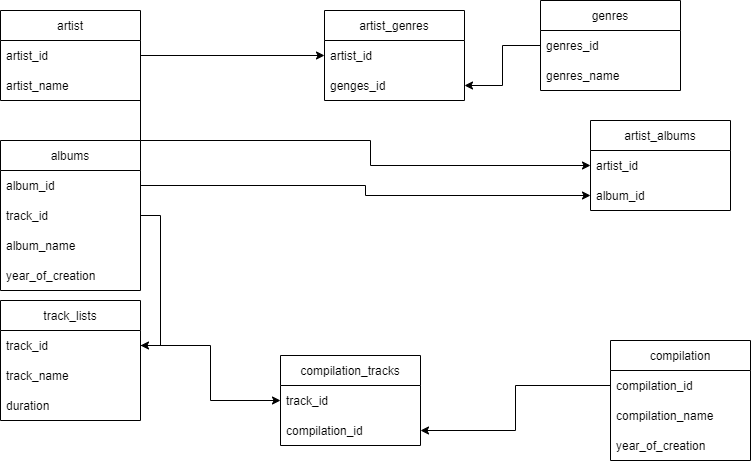
This is sql_task_2.drawio.png from splaiser/SQL_creation_db, a draw.io export, as it was before one commit. Source tidied: cells renumbered, new cells last; positions are measured from the earlier drawing's top-left corner, leaving out a move shared by most shapes.
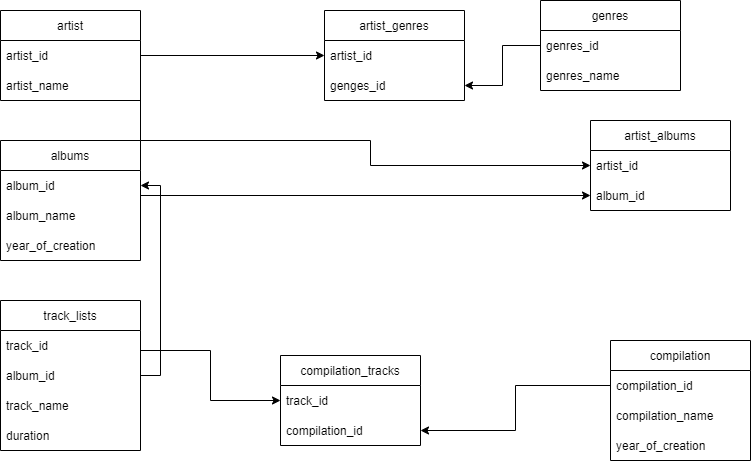
Above is the later version.

Change to the diagram source:
```diff
@@ -21,31 +21,31 @@
       <mxGeometry y="60" width="140" height="30" as="geometry" />
     </mxCell>
     <mxCell id="8" value="albums" style="swimlane;fontStyle=0;horizontal=1;startSize=30;" parent="1" vertex="1">
-      <mxGeometry y="140" width="140" height="150" as="geometry" />
+      <mxGeometry y="140" width="140" height="120" as="geometry" />
     </mxCell>
     <mxCell id="9" value="album_id" style="text;strokeColor=none;fillColor=none;align=left;verticalAlign=middle;spacingLeft=4;spacingRight=4;overflow=hidden;points=[[0,0.5],[1,0.5]];portConstraint=eastwest;" parent="8" vertex="1">
       <mxGeometry y="30" width="140" height="30" as="geometry" />
     </mxCell>
-    <mxCell id="10" value="track_id" style="text;strokeColor=none;fillColor=none;align=left;verticalAlign=middle;spacingLeft=4;spacingRight=4;overflow=hidden;points=[[0,0.5],[1,0.5]];portConstraint=eastwest;" parent="8" vertex="1">
-      <mxGeometry y="60" width="140" height="30" as="geometry" />
-    </mxCell>
     <mxCell id="11" value="album_name" style="text;strokeColor=none;fillColor=none;align=left;verticalAlign=middle;spacingLeft=4;spacingRight=4;overflow=hidden;" parent="8" vertex="1">
-      <mxGeometry y="90" width="140" height="30" as="geometry" />
+      <mxGeometry y="60" width="140" height="30" as="geometry" />
     </mxCell>
     <mxCell id="12" value="year_of_creation" style="text;strokeColor=none;fillColor=none;align=left;verticalAlign=middle;spacingLeft=4;spacingRight=4;overflow=hidden;" parent="8" vertex="1">
-      <mxGeometry y="120" width="140" height="30" as="geometry" />
+      <mxGeometry y="90" width="140" height="30" as="geometry" />
     </mxCell>
     <mxCell id="13" value="track_lists" style="swimlane;fontStyle=0;horizontal=1;startSize=30;" parent="1" vertex="1">
-      <mxGeometry y="300" width="140" height="120" as="geometry" />
+      <mxGeometry y="300" width="140" height="150" as="geometry" />
     </mxCell>
     <mxCell id="14" value="track_id" style="text;strokeColor=none;fillColor=none;align=left;verticalAlign=middle;spacingLeft=4;spacingRight=4;overflow=hidden;points=[[0,0.5],[1,0.5]];portConstraint=eastwest;" parent="13" vertex="1">
       <mxGeometry y="30" width="140" height="30" as="geometry" />
     </mxCell>
+    <mxCell id="37" value="album_id" style="text;strokeColor=none;fillColor=none;align=left;verticalAlign=middle;spacingLeft=4;spacingRight=4;overflow=hidden;points=[[0,0.5],[1,0.5]];portConstraint=eastwest;" parent="13" vertex="1">
+      <mxGeometry y="60" width="140" height="30" as="geometry" />
+    </mxCell>
     <mxCell id="15" value="track_name" style="text;strokeColor=none;fillColor=none;align=left;verticalAlign=middle;spacingLeft=4;spacingRight=4;overflow=hidden;" parent="13" vertex="1">
-      <mxGeometry y="60" width="140" height="30" as="geometry" />
+      <mxGeometry y="90" width="140" height="30" as="geometry" />
     </mxCell>
     <mxCell id="16" value="duration" style="text;strokeColor=none;fillColor=none;align=left;verticalAlign=middle;spacingLeft=4;spacingRight=4;overflow=hidden;" parent="13" vertex="1">
-      <mxGeometry y="90" width="140" height="30" as="geometry" />
+      <mxGeometry y="120" width="140" height="30" as="geometry" />
     </mxCell>
     <mxCell id="17" value="compilation" style="swimlane;fontStyle=0;horizontal=1;startSize=30;" parent="1" vertex="1">
       <mxGeometry x="610" y="340" width="140" height="120" as="geometry" />
@@ -92,11 +92,12 @@
       </mxGeometry>
     </mxCell>
     <mxCell id="30" style="edgeStyle=orthogonalEdgeStyle;rounded=0;jettySize=auto;html=1;exitX=1;exitY=0.5;exitDx=0;exitDy=0;entryX=0;entryY=0.5;entryDx=0;entryDy=0;" parent="1" edge="1" source="9" target="28">
-      <mxGeometry relative="1" as="geometry" />
+      <mxGeometry relative="1" as="geometry">
+        <Array as="points">
+          <mxPoint x="140" y="195" />
+        </Array>
+      </mxGeometry>
     </mxCell>
-    <mxCell id="31" style="edgeStyle=orthogonalEdgeStyle;rounded=0;jettySize=auto;html=1;exitX=1;exitY=0.5;exitDx=0;exitDy=0;" parent="1" edge="1" source="10" target="14">
-      <mxGeometry relative="1" as="geometry" />
-    </mxCell>
     <mxCell id="32" value="compilation_tracks" style="swimlane;fontStyle=0;horizontal=1;startSize=30;" parent="1" vertex="1">
       <mxGeometry x="280" y="355" width="140" height="90" as="geometry" />
     </mxCell>
@@ -110,7 +111,16 @@
       <mxGeometry relative="1" as="geometry" />
     </mxCell>
     <mxCell id="36" style="edgeStyle=orthogonalEdgeStyle;rounded=0;jettySize=auto;html=1;exitX=1;exitY=0.5;exitDx=0;exitDy=0;" parent="1" edge="1" source="14" target="33">
-      <mxGeometry relative="1" as="geometry" />
+      <mxGeometry relative="1" as="geometry">
+        <Array as="points">
+          <mxPoint x="140" y="350" />
+          <mxPoint x="210" y="350" />
+          <mxPoint x="210" y="400" />
+        </Array>
+      </mxGeometry>
     </mxCell>
+    <mxCell id="38" style="edgeStyle=orthogonalEdgeStyle;rounded=0;jettySize=auto;html=1;exitX=1;exitY=0.5;exitDx=0;exitDy=0;entryX=1;entryY=0.5;entryDx=0;entryDy=0;" parent="1" edge="1" source="37" target="9">
+      <mxGeometry relative="1" as="geometry" />
+    </mxCell>
   </root>
 </mxGraphModel>
```
